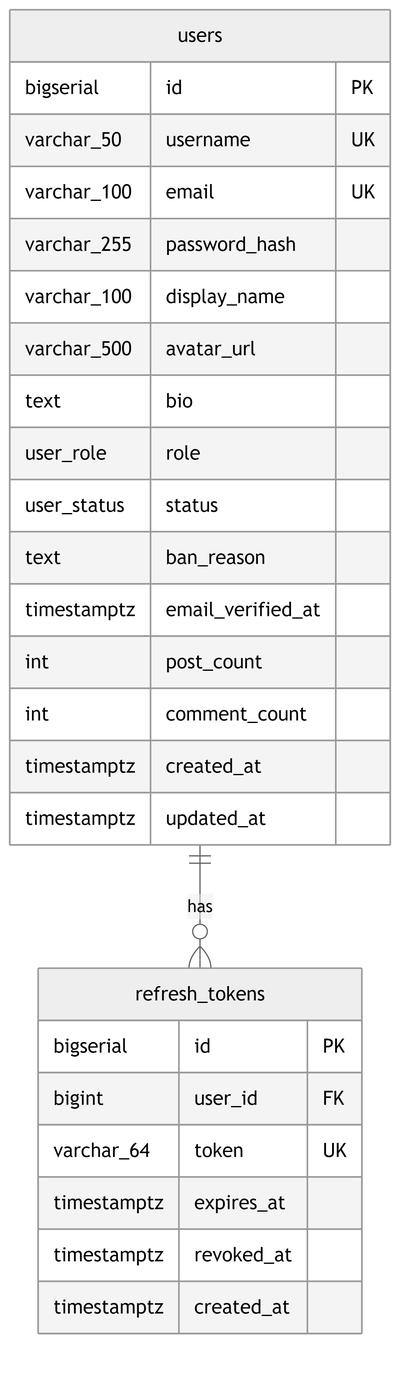
The Mermaid diagram docs/db-schema-auth.png in Project-Wdrozeniowy/Project-Wdrozeniowy, before a commit. Its source is kept beside it as docs/db-schema-auth.mmd.
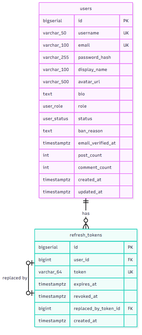
After the change.

Diff of the diagram source:
```diff
@@ -23,7 +23,9 @@
         varchar_64 token UK
         timestamptz expires_at
         timestamptz revoked_at
+        bigint replaced_by_token_id FK
         timestamptz created_at
     }
 
     users ||--o{ refresh_tokens : "has"
+    refresh_tokens o|--o| refresh_tokens : "replaced by"
```
